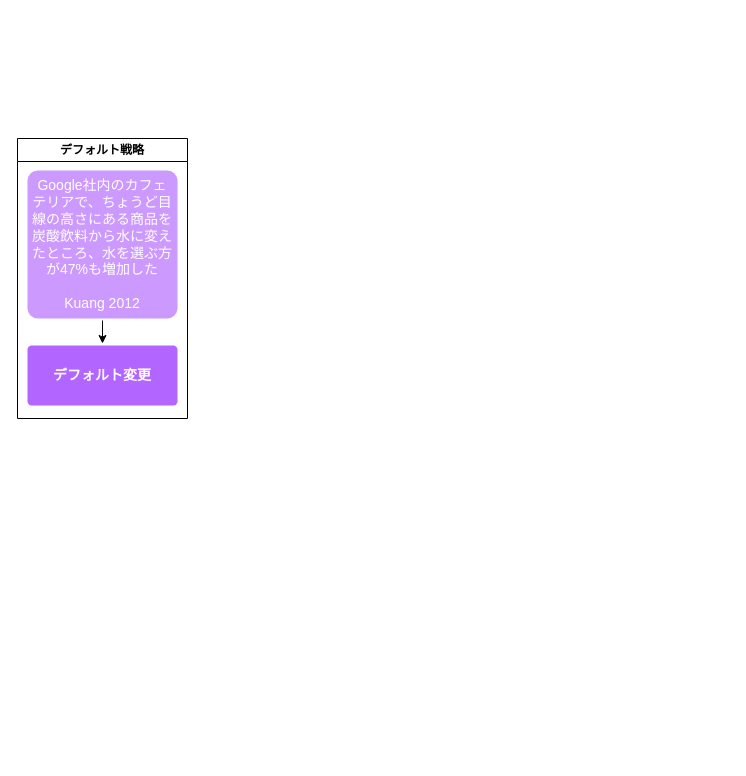
Earlier version of the draw.io diagram page "説得" (3 of 8) of psy/psy.drawio (minegishirei/draw_v1). Source tidied: cells renumbered, new cells numbered last; positions are measured from the earlier drawing's top-left corner, leaving out a move shared by most shapes. Both pictures are drawn from the tidied source at 100%, with x=0, y=0 at pixel (17, 138).
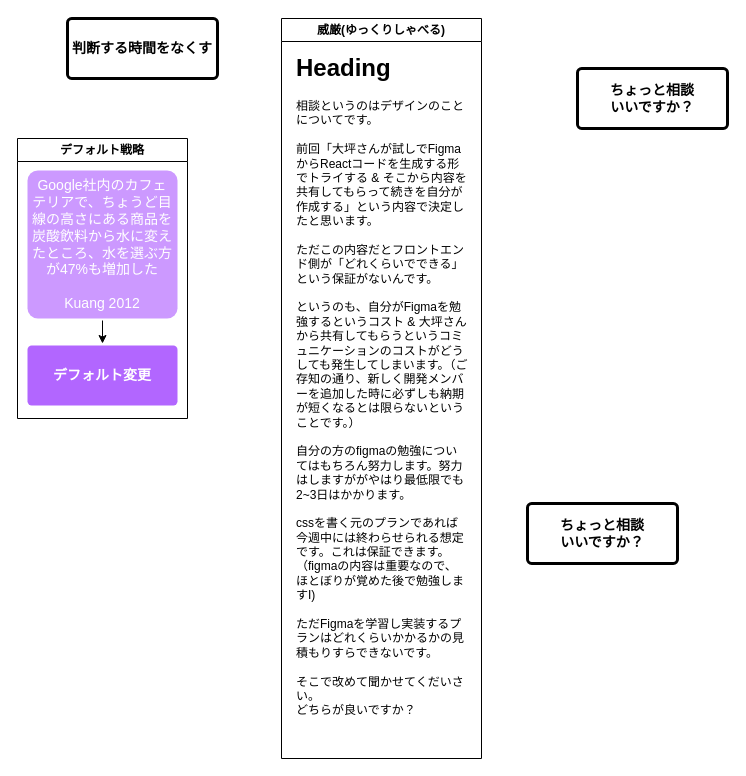
The same diagram, later.

Commit message:
psy.drawio を更新します

What changed in the source:
```diff
@@
 <mxGraphModel>
   <root>
     <mxCell id="0" />
     <mxCell id="1" parent="0" />
     <mxCell id="2" value="デフォルト戦略" style="swimlane;whiteSpace=wrap;html=1;" parent="1" vertex="1">
       <mxGeometry width="170" height="280" as="geometry" />
     </mxCell>
     <mxCell id="3" value="デフォルト変更" style="rounded=1;whiteSpace=wrap;html=1;shadow=0;labelBackgroundColor=none;strokeColor=none;strokeWidth=3;fillColor=#B266FF;fontFamily=Helvetica;fontSize=14;fontColor=#FFFFFF;align=center;spacing=5;fontStyle=1;arcSize=7;perimeterSpacing=2;" parent="2" vertex="1">
       <mxGeometry x="10" y="207" width="150" height="60" as="geometry" />
     </mxCell>
     <mxCell id="4" style="edgeStyle=orthogonalEdgeStyle;rounded=0;jettySize=auto;html=1;entryX=0.5;entryY=0;entryDx=0;entryDy=0;" parent="2" edge="1" source="5" target="3">
       <mxGeometry relative="1" as="geometry" />
     </mxCell>
     <mxCell id="5" value="Google社内のカフェテリアで、ちょうど目線の高さにある商品を&lt;br style=&quot;border-color: var(--border-color);&quot;&gt;炭酸飲料から水に変えたところ、水を選ぶ方が47%も増加した&lt;br style=&quot;border-color: var(--border-color);&quot;&gt;&lt;br style=&quot;border-color: var(--border-color);&quot;&gt;Kuang 2012" style="rounded=1;whiteSpace=wrap;html=1;shadow=0;labelBackgroundColor=none;strokeColor=none;strokeWidth=3;fillColor=#CC99FF;fontFamily=Helvetica;fontSize=14;fontColor=#FFFFFF;align=center;spacing=5;arcSize=7;perimeterSpacing=2;" parent="2" vertex="1">
       <mxGeometry x="10" y="32" width="150" height="148" as="geometry" />
     </mxCell>
+    <mxCell id="6" value="&lt;font color=&quot;#000000&quot;&gt;判断する時間をなくす&lt;br&gt;&lt;/font&gt;" style="rounded=1;whiteSpace=wrap;html=1;shadow=0;labelBackgroundColor=none;strokeColor=#000000;strokeWidth=3;fillColor=#FFFFFF;fontFamily=Helvetica;fontSize=14;fontColor=#FFFFFF;align=center;spacing=5;fontStyle=1;arcSize=7;perimeterSpacing=2;" parent="1" vertex="1">
+      <mxGeometry x="50" y="-120" width="150" height="60" as="geometry" />
+    </mxCell>
+    <mxCell id="7" value="&lt;font color=&quot;#000000&quot;&gt;ちょっと相談&lt;br&gt;いいですか？&lt;br&gt;&lt;/font&gt;" style="rounded=1;whiteSpace=wrap;html=1;shadow=0;labelBackgroundColor=none;strokeColor=#000000;strokeWidth=3;fillColor=#FFFFFF;fontFamily=Helvetica;fontSize=14;fontColor=#FFFFFF;align=center;spacing=5;fontStyle=1;arcSize=7;perimeterSpacing=2;" parent="1" vertex="1">
+      <mxGeometry x="510" y="365" width="150" height="60" as="geometry" />
+    </mxCell>
+    <mxCell id="8" value="&lt;font color=&quot;#000000&quot;&gt;ちょっと相談&lt;br&gt;いいですか？&lt;br&gt;&lt;/font&gt;" style="rounded=1;whiteSpace=wrap;html=1;shadow=0;labelBackgroundColor=none;strokeColor=#000000;strokeWidth=3;fillColor=#FFFFFF;fontFamily=Helvetica;fontSize=14;fontColor=#FFFFFF;align=center;spacing=5;fontStyle=1;arcSize=7;perimeterSpacing=2;" parent="1" vertex="1">
+      <mxGeometry x="560" y="-70" width="150" height="60" as="geometry" />
+    </mxCell>
+    <mxCell id="9" value="威厳(ゆっくりしゃべる)" style="swimlane;whiteSpace=wrap;html=1;" parent="1" vertex="1">
+      <mxGeometry x="264" y="-120" width="200" height="740" as="geometry" />
+    </mxCell>
+    <mxCell id="10" value="&lt;h1&gt;Heading&lt;/h1&gt;&lt;p&gt;相談というのはデザインのことについてです。&lt;br&gt;&lt;br&gt;前回「大坪さんが試しでFigmaからReactコードを生成する形でトライする &amp;amp; そこから内容を共有してもらって続きを自分が作成する」という内容で決定したと思います。&lt;br&gt;&lt;br&gt;ただこの内容だとフロントエンド側が「どれくらいでできる」という保証がないんです。&lt;br&gt;&lt;br&gt;というのも、自分がFigmaを勉強するというコスト &amp;amp; 大坪さんから共有してもらうというコミュニケーションのコストがどうしても発生してしまいます。（ご存知の通り、新しく開発メンバーを追加した時に必ずしも納期が短くなるとは限らないということです。）&lt;br&gt;&lt;br&gt;自分の方のfigmaの勉強についてはもちろん努力します。努力はしますががやはり最低限でも2~3日はかかります。&lt;br&gt;&lt;br&gt;cssを書く元のプランであれば今週中には終わらせられる想定です。これは保証できます。&lt;br&gt;（figmaの内容は重要なので、ほとぼりが覚めた後で勉強しますI)&lt;br&gt;&lt;br&gt;ただFigmaを学習し実装するプランはどれくらいかかるかの見積もりすらできないです。&lt;br&gt;&lt;br&gt;そこで改めて聞かせてくだいさい。&lt;br&gt;どちらが良いですか？&lt;br&gt;&lt;br&gt;&lt;/p&gt;&lt;p&gt;&lt;br&gt;&lt;/p&gt;" style="text;html=1;strokeColor=none;fillColor=none;spacing=5;spacingTop=-20;whiteSpace=wrap;overflow=hidden;rounded=0;" parent="9" vertex="1">
+      <mxGeometry x="10" y="30" width="180" height="700" as="geometry" />
+    </mxCell>
   </root>
 </mxGraphModel>
```
